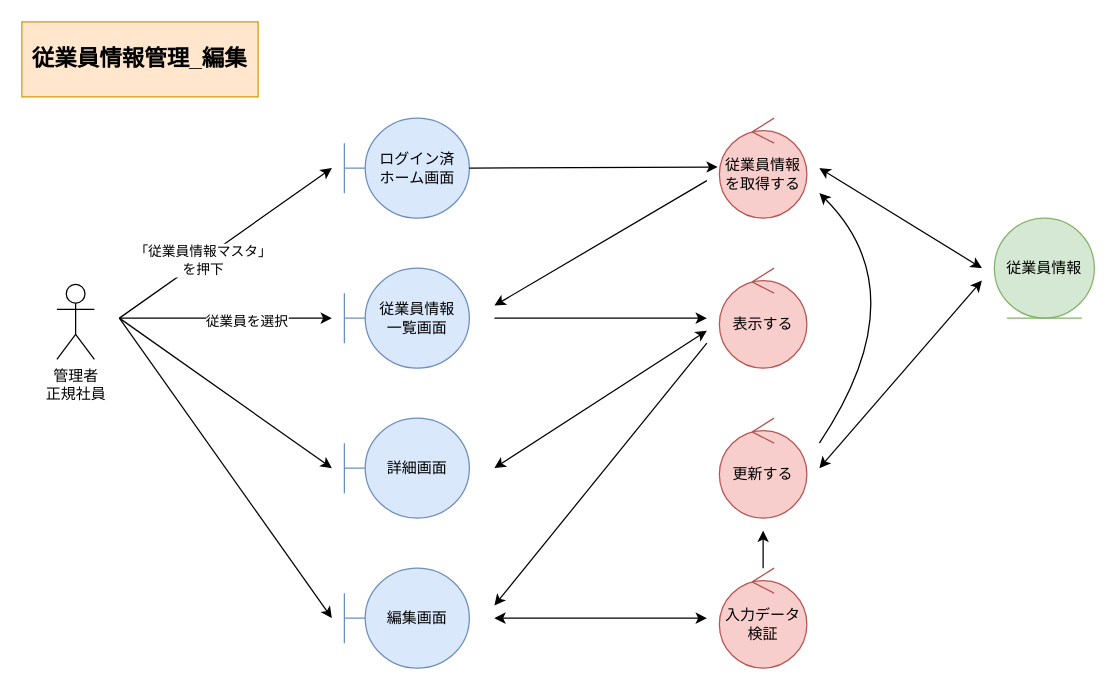
Before: page "*従業員情報管理_編集" (3 of 5) of 各種設計書/3ロバストネス図/マスタ管理/1.従業員情報マスタ.drawio in HaruShim/Sotuken, a draw.io diagram. Source tidied: cells renumbered, new cells numbered last; positions are measured from the earlier drawing's top-left corner, leaving out a move shared by most shapes. Both pictures are drawn from the tidied source at 125%, with x=0, y=0 at pixel (21, 21).
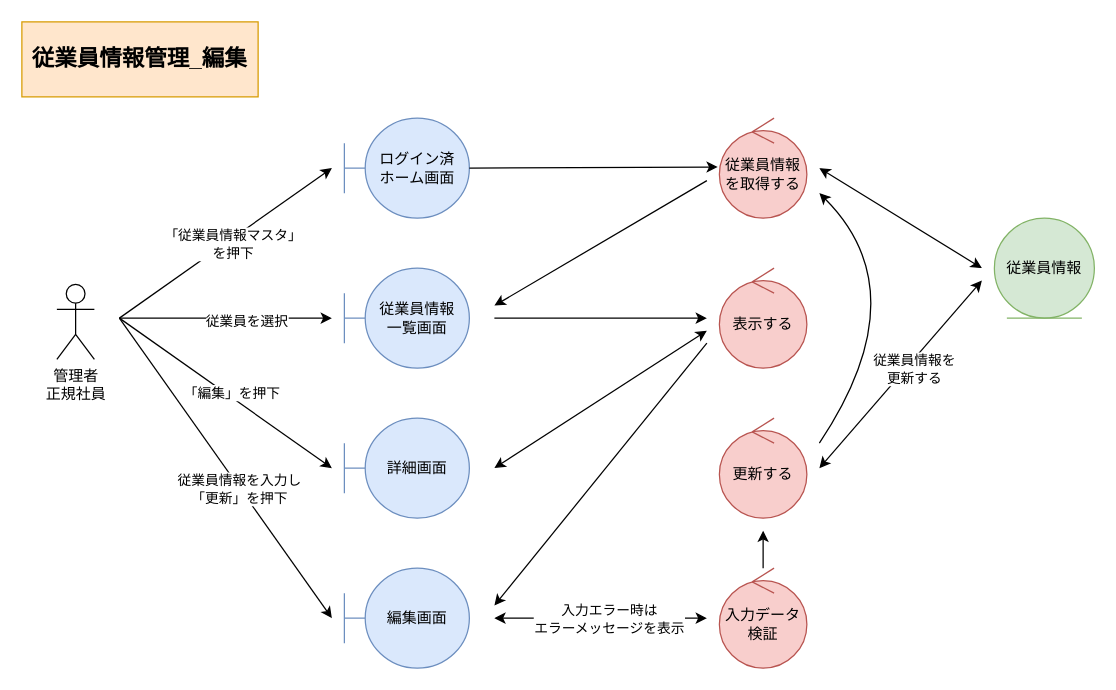
After the change.

Unchanged cells that the change refers to:
```xml
<mxCell id="16" style="endArrow=classic;html=1;rounded=0;startArrow=classic;startFill=1;" parent="1" edge="1">
  <mxGeometry relative="1" as="geometry">
    <mxPoint x="378" y="477" as="sourcePoint" />
    <mxPoint x="548" y="477" as="targetPoint" />
  </mxGeometry>
</mxCell>
<mxCell id="19" style="endArrow=classic;html=1;rounded=0;startArrow=classic;startFill=1;" parent="1" edge="1">
  <mxGeometry relative="1" as="geometry">
    <mxPoint x="638" y="357" as="sourcePoint" />
    <mxPoint x="768" y="207" as="targetPoint" />
  </mxGeometry>
</mxCell>
<mxCell id="22" style="endArrow=classic;html=1;rounded=0;" parent="1" edge="1">
  <mxGeometry relative="1" as="geometry">
    <mxPoint x="78" y="237" as="sourcePoint" />
    <mxPoint x="248" y="117" as="targetPoint" />
  </mxGeometry>
</mxCell>
<mxCell id="26" style="endArrow=classic;html=1;rounded=0;" parent="1" edge="1">
  <mxGeometry relative="1" as="geometry">
    <mxPoint x="78" y="237" as="sourcePoint" />
    <mxPoint x="248" y="357" as="targetPoint" />
  </mxGeometry>
</mxCell>
<mxCell id="27" style="endArrow=classic;html=1;rounded=0;" parent="1" edge="1">
  <mxGeometry relative="1" as="geometry">
    <mxPoint x="78" y="237" as="sourcePoint" />
    <mxPoint x="248" y="477" as="targetPoint" />
  </mxGeometry>
</mxCell>
```

Change to the diagram source:
```diff
@@
+    <mxCell id="29" value="入力エラー時は&lt;br&gt;エラーメッセージを表示" style="edgeLabel;html=1;align=center;verticalAlign=middle;" parent="16" vertex="1">
+      <mxGeometry x="-0.18" relative="1" as="geometry">
+        <mxPoint x="21" as="offset" />
+      </mxGeometry>
+    </mxCell>
@@
+    <mxCell id="30" value="従業員情報を&lt;br&gt;更新する" style="edgeLabel;html=1;align=center;verticalAlign=middle;" parent="19" vertex="1">
+      <mxGeometry x="0.17" y="1" relative="1" as="geometry">
+        <mxPoint y="9" as="offset" />
+      </mxGeometry>
+    </mxCell>
@@
     <mxCell id="23" value="「従業員情報マスタ」&lt;br&gt;を押下" style="edgeLabel;html=1;align=center;verticalAlign=middle;" parent="22" vertex="1">
-      <mxGeometry x="-0.22" relative="1" as="geometry" />
+      <mxGeometry x="-0.22" relative="1" as="geometry">
+        <mxPoint x="24" y="-13" as="offset" />
+      </mxGeometry>
     </mxCell>
@@
+    <mxCell id="31" value="「編集」を押下" style="edgeLabel;html=1;align=center;verticalAlign=middle;" parent="26" vertex="1">
+      <mxGeometry x="-0.18" y="1" relative="1" as="geometry">
+        <mxPoint x="19" y="11" as="offset" />
+      </mxGeometry>
+    </mxCell>
@@
+    <mxCell id="32" value="従業員情報を入力し&lt;br&gt;「更新」を押下" style="edgeLabel;html=1;align=center;verticalAlign=middle;" parent="27" vertex="1">
+      <mxGeometry x="0.13" y="-1" relative="1" as="geometry" />
+    </mxCell>
```
